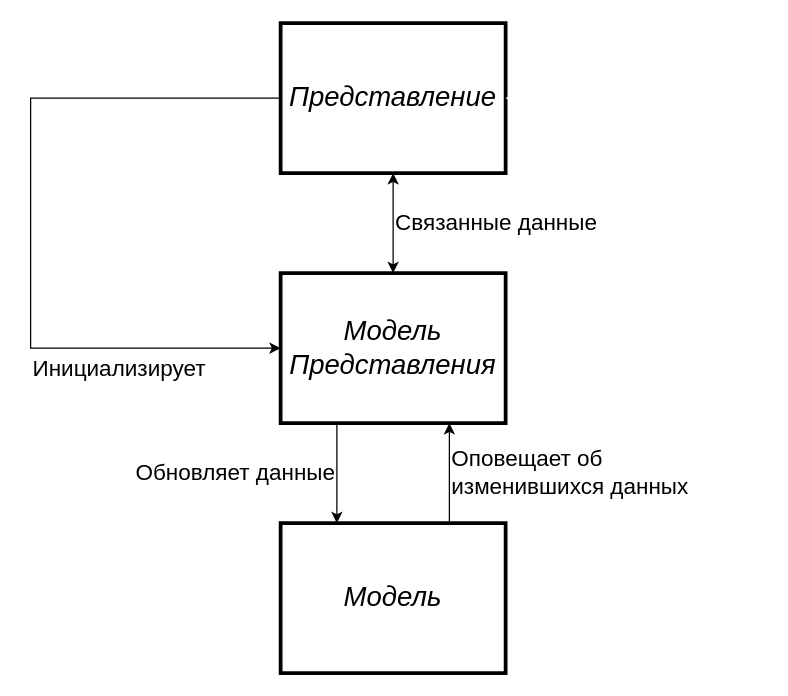
This is diploma/Схема MVVM.drawio from andrejHurynovic/bsuirLabs, a draw.io file, before an edit. Source tidied: cells renumbered, new cells numbered last; positions are measured from the earlier drawing's top-left corner, leaving out a move shared by most shapes. Both pictures are drawn from the tidied source at 125%, with x=0, y=0 at pixel (30, 22).
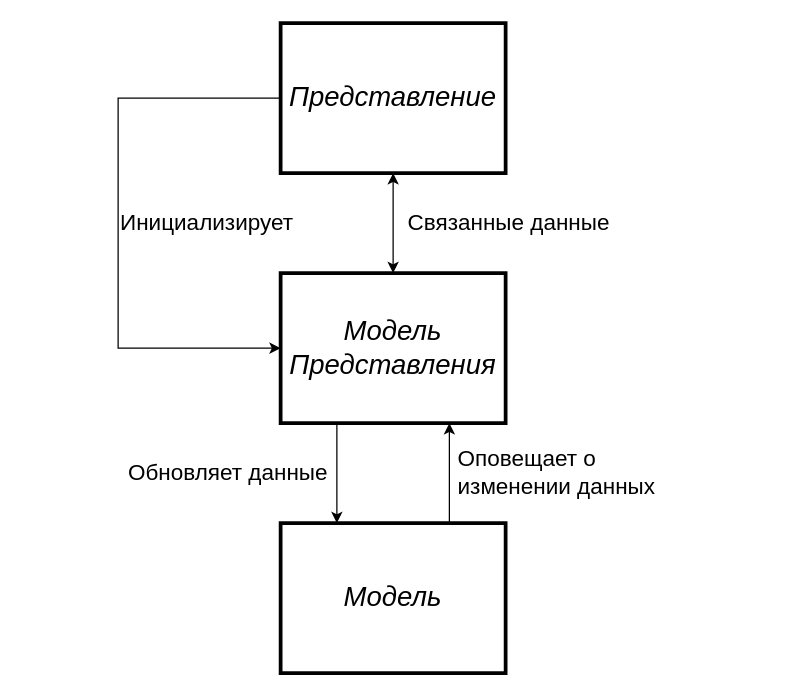
Above is the later version.

Diff of the diagram source:
```diff
@@
 <mxGraphModel>
   <root>
     <mxCell id="0" />
     <mxCell id="1" parent="0" />
-    <mxCell id="2" value="&lt;font style=&quot;font-size: 18px;&quot; face=&quot;Arial&quot;&gt;Связанные данные&lt;/font&gt;" style="edgeStyle=orthogonalEdgeStyle;rounded=0;jettySize=auto;html=1;align=left;startArrow=classic;startFill=1;" parent="1" edge="1" source="3" target="7">
+    <mxCell id="2" style="edgeStyle=orthogonalEdgeStyle;rounded=0;jettySize=auto;html=1;align=left;startArrow=classic;startFill=1;" parent="1" edge="1" source="3" target="7">
       <mxGeometry relative="1" as="geometry" />
     </mxCell>
     <mxCell id="3" value="Представление" style="rounded=0;whiteSpace=wrap;html=1;fontSize=22;strokeWidth=3;align=center;fontFamily=Arial;fontStyle=2;" parent="1" vertex="1">
       <mxGeometry x="200" width="180" height="120" as="geometry" />
     </mxCell>
-    <mxCell id="4" value="Обновляет данные" style="edgeStyle=orthogonalEdgeStyle;rounded=0;jettySize=auto;html=1;exitX=0.25;exitY=1;exitDx=0;exitDy=0;entryX=0.25;entryY=0;entryDx=0;entryDy=0;fontFamily=Arial;align=right;fontSize=18;" parent="1" edge="1" source="7" target="9">
+    <mxCell id="4" style="edgeStyle=orthogonalEdgeStyle;rounded=0;jettySize=auto;html=1;exitX=0.25;exitY=1;exitDx=0;exitDy=0;entryX=0.25;entryY=0;entryDx=0;entryDy=0;fontFamily=Arial;align=right;fontSize=18;" parent="1" edge="1" source="7" target="9">
       <mxGeometry relative="1" as="geometry" />
     </mxCell>
     <mxCell id="5" style="edgeStyle=orthogonalEdgeStyle;rounded=0;jettySize=auto;html=1;entryX=0;entryY=0.5;entryDx=0;entryDy=0;endArrow=none;endFill=0;startArrow=classic;startFill=1;fontFamily=Arial;" parent="1" edge="1" source="7" target="3">
       <mxGeometry relative="1" as="geometry">
         <Array as="points">
-          <mxPoint y="260" />
-          <mxPoint y="60" />
+          <mxPoint x="70" y="260" />
+          <mxPoint x="70" y="60" />
         </Array>
       </mxGeometry>
     </mxCell>
-    <mxCell id="6" value="Оповещает об &lt;br&gt;изменившихся данных" style="edgeStyle=orthogonalEdgeStyle;rounded=0;jettySize=auto;html=1;exitX=0.75;exitY=1;exitDx=0;exitDy=0;entryX=0.75;entryY=0;entryDx=0;entryDy=0;align=left;endArrow=none;endFill=0;startArrow=classic;startFill=1;fontSize=18;fontFamily=Arial;" parent="1" edge="1" source="7" target="9">
+    <mxCell id="6" style="edgeStyle=orthogonalEdgeStyle;rounded=0;jettySize=auto;html=1;exitX=0.75;exitY=1;exitDx=0;exitDy=0;entryX=0.75;entryY=0;entryDx=0;entryDy=0;align=left;endArrow=none;endFill=0;startArrow=classic;startFill=1;fontSize=18;fontFamily=Arial;" parent="1" edge="1" source="7" target="9">
       <mxGeometry relative="1" as="geometry" />
     </mxCell>
     <mxCell id="7" value="Модель Представления" style="rounded=0;whiteSpace=wrap;html=1;fontSize=22;strokeWidth=3;align=center;fontFamily=Arial;fontStyle=2;" parent="1" vertex="1">
       <mxGeometry x="200" y="200" width="180" height="120" as="geometry" />
     </mxCell>
-    <mxCell id="8" style="edgeStyle=orthogonalEdgeStyle;rounded=0;orthogonalLoop=1;jettySize=auto;html=1;entryX=1;entryY=0.5;entryDx=0;entryDy=0;fontSize=18;fontFamily=Arial;align=center;strokeColor=#FFFFFF;" parent="1" edge="1">
-      <mxGeometry x="0.65" y="-20" relative="1" as="geometry">
-        <mxPoint x="380" y="460" as="sourcePoint" />
-        <mxPoint x="380" y="60" as="targetPoint" />
-        <Array as="points">
-          <mxPoint x="580" y="460" />
-          <mxPoint x="580" y="60" />
-        </Array>
-      </mxGeometry>
-    </mxCell>
     <mxCell id="9" value="Модель" style="rounded=0;whiteSpace=wrap;html=1;fontSize=22;strokeWidth=3;align=center;fontFamily=Arial;fontStyle=2;" parent="1" vertex="1">
       <mxGeometry x="200" y="400" width="180" height="120" as="geometry" />
     </mxCell>
-    <mxCell id="10" value="&lt;span style=&quot;color: rgb(0, 0, 0); font-size: 18px; font-style: normal; font-variant-ligatures: normal; font-variant-caps: normal; font-weight: 400; letter-spacing: normal; orphans: 2; text-align: center; text-indent: 0px; text-transform: none; widows: 2; word-spacing: 0px; -webkit-text-stroke-width: 0px; background-color: rgb(255, 255, 255); text-decoration-thickness: initial; text-decoration-style: initial; text-decoration-color: initial; float: none; display: inline !important;&quot;&gt;Инициализирует&lt;/span&gt;" style="text;whiteSpace=wrap;html=1;verticalAlign=top;fontFamily=Arial;" parent="1" vertex="1">
-      <mxGeometry y="260" width="170" height="50" as="geometry" />
+    <mxCell id="10" value="&lt;span style=&quot;color: rgb(0, 0, 0); font-size: 18px; font-style: normal; font-variant-ligatures: normal; font-variant-caps: normal; font-weight: 400; letter-spacing: normal; orphans: 2; text-indent: 0px; text-transform: none; widows: 2; word-spacing: 0px; -webkit-text-stroke-width: 0px; background-color: rgb(255, 255, 255); text-decoration-thickness: initial; text-decoration-style: initial; text-decoration-color: initial; float: none; display: inline !important;&quot;&gt;Инициализирует&lt;/span&gt;" style="text;whiteSpace=wrap;html=1;verticalAlign=middle;fontFamily=Arial;align=left;" parent="1" vertex="1">
+      <mxGeometry x="70" y="140" width="160" height="40" as="geometry" />
     </mxCell>
+    <mxCell id="15" value="&lt;span style=&quot;color: rgb(0, 0, 0); font-family: Arial; font-size: 18px; font-style: normal; font-variant-ligatures: normal; font-variant-caps: normal; font-weight: 400; letter-spacing: normal; orphans: 2; text-indent: 0px; text-transform: none; widows: 2; word-spacing: 0px; -webkit-text-stroke-width: 0px; background-color: rgb(255, 255, 255); text-decoration-thickness: initial; text-decoration-style: initial; text-decoration-color: initial; float: none; display: inline !important;&quot;&gt;Оповещает о&lt;/span&gt;&lt;br style=&quot;border-color: var(--border-color); color: rgb(0, 0, 0); font-family: Arial; font-size: 18px; font-style: normal; font-variant-ligatures: normal; font-variant-caps: normal; font-weight: 400; letter-spacing: normal; orphans: 2; text-indent: 0px; text-transform: none; widows: 2; word-spacing: 0px; -webkit-text-stroke-width: 0px; text-decoration-thickness: initial; text-decoration-style: initial; text-decoration-color: initial;&quot;&gt;&lt;span style=&quot;color: rgb(0, 0, 0); font-family: Arial; font-size: 18px; font-style: normal; font-variant-ligatures: normal; font-variant-caps: normal; font-weight: 400; letter-spacing: normal; orphans: 2; text-indent: 0px; text-transform: none; widows: 2; word-spacing: 0px; -webkit-text-stroke-width: 0px; background-color: rgb(255, 255, 255); text-decoration-thickness: initial; text-decoration-style: initial; text-decoration-color: initial; float: none; display: inline !important;&quot;&gt;изменении данных&lt;/span&gt;" style="text;html=1;verticalAlign=middle;align=left;whiteSpace=wrap;" parent="1" vertex="1">
+      <mxGeometry x="340" y="320" width="180" height="80" as="geometry" />
+    </mxCell>
+    <mxCell id="16" value="&lt;span style=&quot;color: rgb(0, 0, 0); font-family: Arial; font-size: 18px; font-style: normal; font-variant-ligatures: normal; font-variant-caps: normal; font-weight: 400; letter-spacing: normal; orphans: 2; text-indent: 0px; text-transform: none; widows: 2; word-spacing: 0px; -webkit-text-stroke-width: 0px; background-color: rgb(255, 255, 255); text-decoration-thickness: initial; text-decoration-style: initial; text-decoration-color: initial; float: none; display: inline !important;&quot;&gt;Обновляет данные&lt;/span&gt;" style="text;whiteSpace=wrap;html=1;verticalAlign=middle;align=right;" parent="1" vertex="1">
+      <mxGeometry x="60" y="320" width="180" height="80" as="geometry" />
+    </mxCell>
+    <mxCell id="17" value="&lt;span style=&quot;color: rgb(0, 0, 0); font-family: Arial; font-size: 18px; font-style: normal; font-variant-ligatures: normal; font-variant-caps: normal; font-weight: 400; letter-spacing: normal; orphans: 2; text-indent: 0px; text-transform: none; widows: 2; word-spacing: 0px; -webkit-text-stroke-width: 0px; background-color: rgb(255, 255, 255); text-decoration-thickness: initial; text-decoration-style: initial; text-decoration-color: initial; float: none; display: inline !important;&quot;&gt;Связанные данные&lt;/span&gt;" style="text;whiteSpace=wrap;html=1;align=left;verticalAlign=middle;" parent="1" vertex="1">
+      <mxGeometry x="300" y="135" width="220" height="50" as="geometry" />
+    </mxCell>
     <mxCell id="11" parent="0" />
     <mxCell id="12" parent="0" />
     <mxCell id="13" parent="0" />
     <mxCell id="14" parent="0" />
   </root>
 </mxGraphModel>
```
